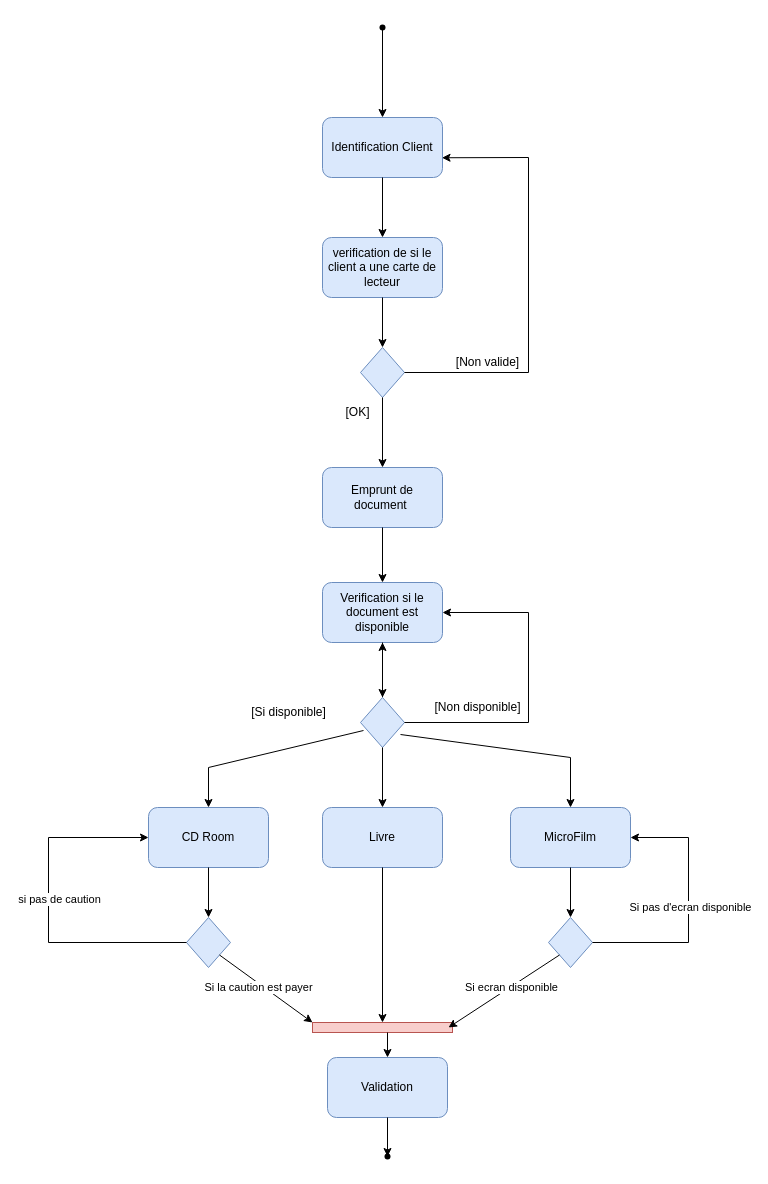
Earlier version of the draw.io diagram page "Activite01" (3 of 5) of UML/doc/Scenario.drawio (Gispsy/CDA_cours). Source tidied: cells renumbered, new cells numbered last; positions are measured from the earlier drawing's top-left corner, leaving out a move shared by most shapes. Both pictures are drawn from the tidied source at 100%, with x=0, y=0 at pixel (48, 17).
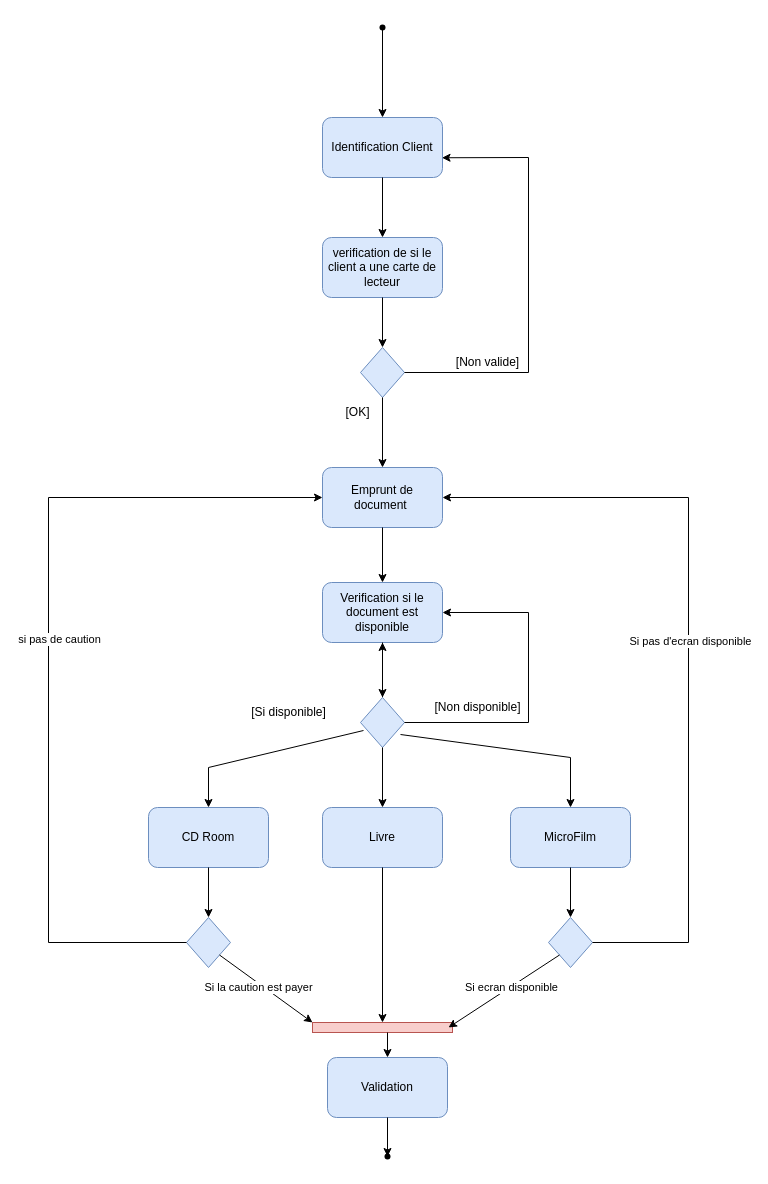
Above is the later version.

The change refers to these unchanged cells:
```xml
<mxCell id="12" value="Emprunt de document&amp;nbsp;" style="rounded=1;whiteSpace=wrap;html=1;fillColor=#dae8fc;strokeColor=#6c8ebf;" parent="1" vertex="1">
  <mxGeometry x="274" y="450" width="120" height="60" as="geometry" />
</mxCell>
<mxCell id="24" value="MicroFilm" style="rounded=1;whiteSpace=wrap;html=1;fillColor=#dae8fc;strokeColor=#6c8ebf;" parent="1" vertex="1">
  <mxGeometry x="462" y="790" width="120" height="60" as="geometry" />
</mxCell>
<mxCell id="25" value="CD Room" style="rounded=1;whiteSpace=wrap;html=1;fillColor=#dae8fc;strokeColor=#6c8ebf;" parent="1" vertex="1">
  <mxGeometry x="100" y="790" width="120" height="60" as="geometry" />
</mxCell>
<mxCell id="28" style="rhombus;whiteSpace=wrap;html=1;fillColor=#dae8fc;strokeColor=#6c8ebf;" parent="1" vertex="1">
  <mxGeometry x="138" y="900" width="44" height="50" as="geometry" />
</mxCell>
<mxCell id="29" style="rhombus;whiteSpace=wrap;html=1;fillColor=#dae8fc;strokeColor=#6c8ebf;" parent="1" vertex="1">
  <mxGeometry x="500" y="900" width="44" height="50" as="geometry" />
</mxCell>
```

Change to the diagram source:
```diff
@@
-    <mxCell id="30" style="endArrow=classic;html=1;rounded=0;exitX=0;exitY=0.5;exitDx=0;exitDy=0;entryX=0;entryY=0.5;entryDx=0;entryDy=0;" parent="1" edge="1" source="28" target="25">
+    <mxCell id="30" style="endArrow=classic;html=1;rounded=0;exitX=0;exitY=0.5;exitDx=0;exitDy=0;entryX=0;entryY=0.5;entryDx=0;entryDy=0;" parent="1" edge="1" source="28" target="12">
       <mxGeometry relative="1" as="geometry">
         <Array as="points">
           <mxPoint y="925" />
-          <mxPoint y="820" />
+          <mxPoint y="480" />
         </Array>
       </mxGeometry>
     </mxCell>
@@
-    <mxCell id="34" style="endArrow=classic;html=1;rounded=0;exitX=1;exitY=0.5;exitDx=0;exitDy=0;entryX=1;entryY=0.5;entryDx=0;entryDy=0;" parent="1" edge="1" source="29" target="24">
+    <mxCell id="34" style="endArrow=classic;html=1;rounded=0;exitX=1;exitY=0.5;exitDx=0;exitDy=0;entryX=1;entryY=0.5;entryDx=0;entryDy=0;" parent="1" edge="1" source="29" target="12">
       <mxGeometry relative="1" as="geometry">
         <Array as="points">
           <mxPoint x="640" y="925" />
-          <mxPoint x="640" y="820" />
+          <mxPoint x="640" y="480" />
         </Array>
       </mxGeometry>
     </mxCell>
```
